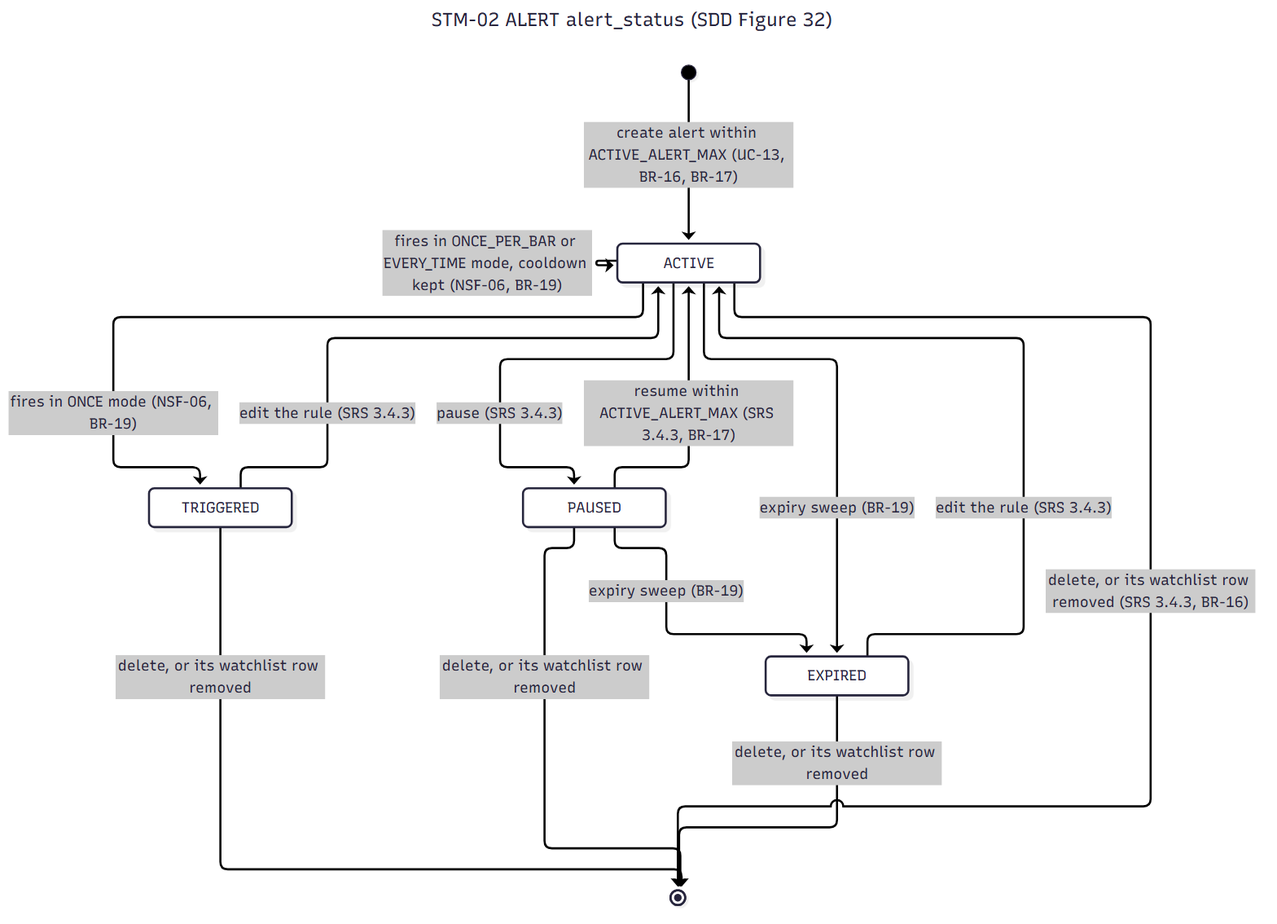
Earlier version of the Mermaid export specs/diagrams/state/STM-02_alert.png (nguyenluc2411/cryptopilot_project). Its source is kept beside it as specs/diagrams/state/STM-02_alert.mmd. The source it was exported from:
```mermaid
---
title: STM-02 ALERT alert_status (SDD Figure 32)
---
stateDiagram-v2
    [*] --> ACTIVE : create alert within ACTIVE_ALERT_MAX (UC-13, BR-16, BR-17)
    ACTIVE --> PAUSED : pause (SRS 3.4.3)
    PAUSED --> ACTIVE : resume within ACTIVE_ALERT_MAX (SRS 3.4.3, BR-17)
    ACTIVE --> ACTIVE : fires in ONCE_PER_BAR or EVERY_TIME mode, cooldown kept (NSF-06, BR-19)
    ACTIVE --> TRIGGERED : fires in ONCE mode (NSF-06, BR-19)
    ACTIVE --> EXPIRED : expiry sweep (BR-19)
    PAUSED --> EXPIRED : expiry sweep (BR-19)
    TRIGGERED --> ACTIVE : edit the rule (SRS 3.4.3)
    EXPIRED --> ACTIVE : edit the rule (SRS 3.4.3)
    ACTIVE --> [*] : delete, or its watchlist row removed (SRS 3.4.3, BR-16)
    PAUSED --> [*] : delete, or its watchlist row removed
    TRIGGERED --> [*] : delete, or its watchlist row removed
    EXPIRED --> [*] : delete, or its watchlist row removed
```
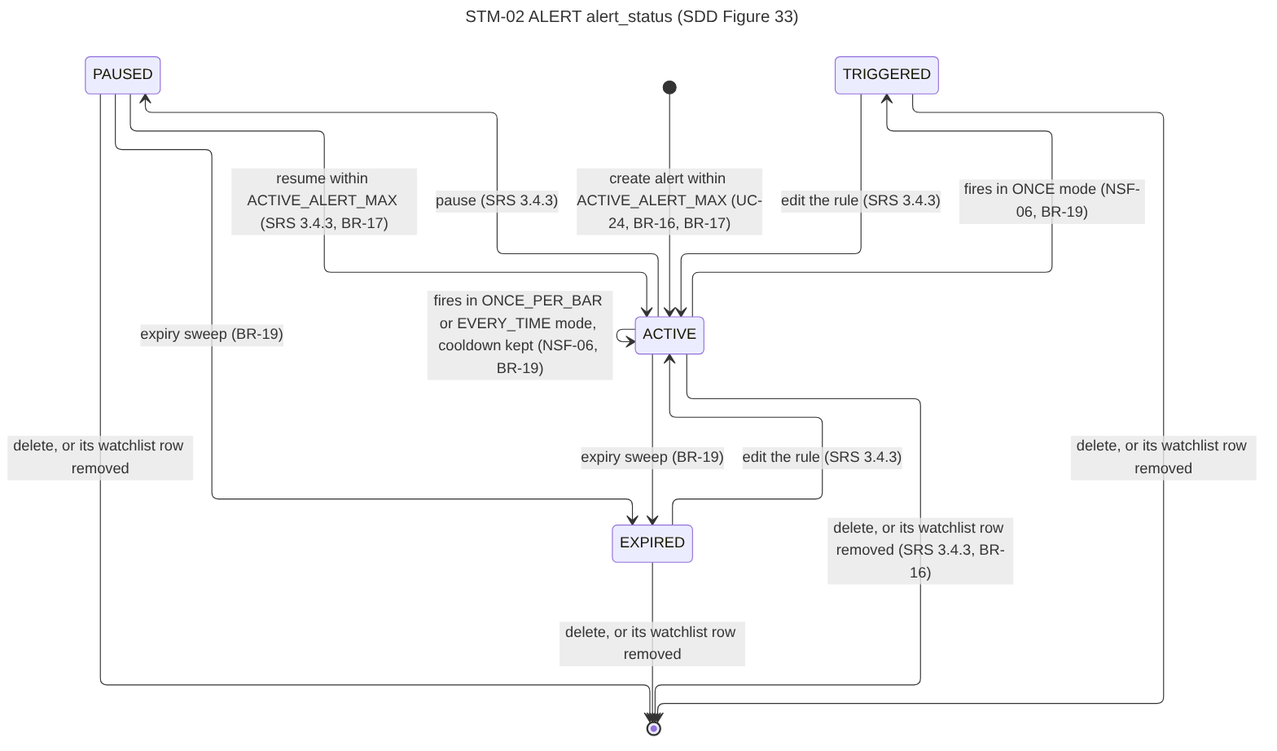
The same diagram one commit later.

The edit, as a diff of the source:
```diff
@@ -1,8 +1,8 @@
 ---
-title: STM-02 ALERT alert_status (SDD Figure 32)
+title: STM-02 ALERT alert_status (SDD Figure 33)
 ---
 stateDiagram-v2
-    [*] --> ACTIVE : create alert within ACTIVE_ALERT_MAX (UC-13, BR-16, BR-17)
+    [*] --> ACTIVE : create alert within ACTIVE_ALERT_MAX (UC-24, BR-16, BR-17)
     ACTIVE --> PAUSED : pause (SRS 3.4.3)
     PAUSED --> ACTIVE : resume within ACTIVE_ALERT_MAX (SRS 3.4.3, BR-17)
     ACTIVE --> ACTIVE : fires in ONCE_PER_BAR or EVERY_TIME mode, cooldown kept (NSF-06, BR-19)
```
